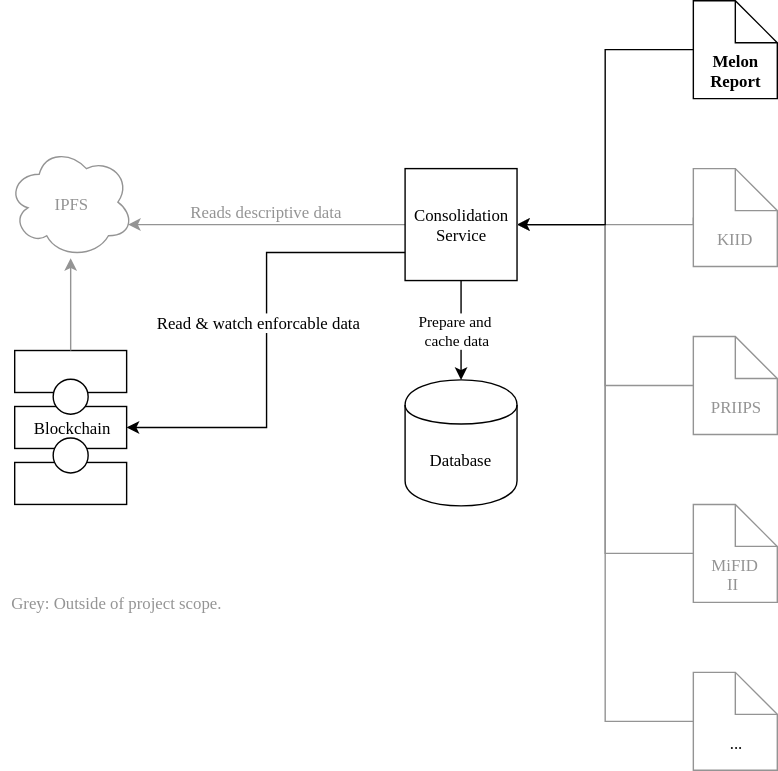
Earlier version of the draw.io export docs/assets/DataConsolidation.svg (schmidsi/melon-reporting). Source tidied: cells renumbered, new cells last; positions are measured from the earlier drawing's top-left corner, leaving out a move shared by most shapes.
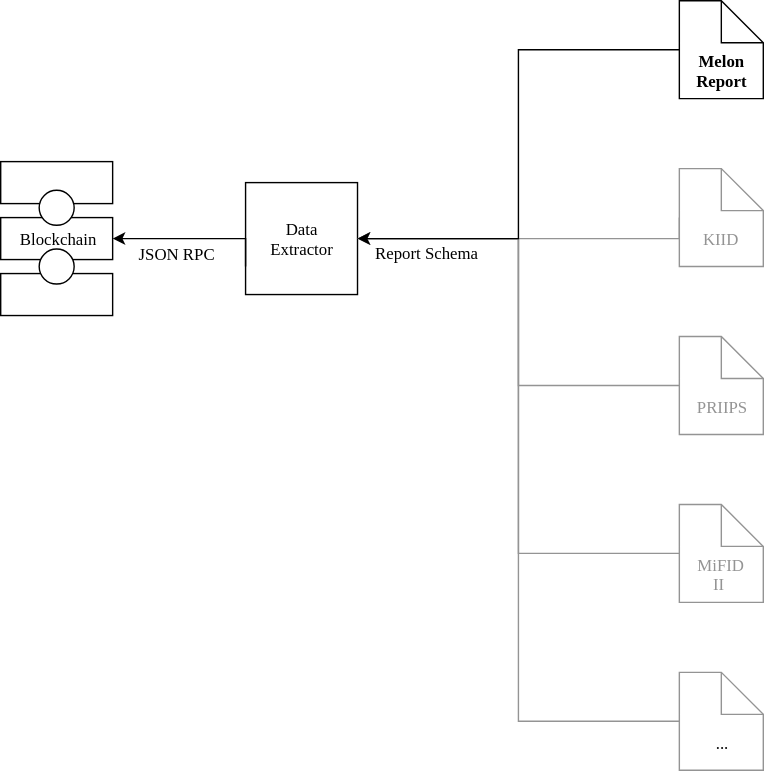
Later version of the same file.

Commit message:
Moved data consolidation to Data Extraction. Finishes #99

The edit, as a diff of the source:
```diff
@@ -2,138 +2,113 @@
   <root>
     <mxCell id="0" />
     <mxCell id="1" parent="0" />
-    <mxCell id="2" style="edgeStyle=orthogonalEdgeStyle;rounded=0;html=1;entryX=0;entryY=0.5;startArrow=classic;startFill=1;jettySize=auto;fontFamily=Source Serif Pro;endArrow=none;endFill=0;exitX=0.96;exitY=0.7;exitPerimeter=0;strokeColor=#949494;" parent="1" edge="1" source="4" target="11">
-      <mxGeometry relative="1" as="geometry">
-        <Array as="points">
-          <mxPoint x="91" y="160" />
-        </Array>
-      </mxGeometry>
-    </mxCell>
-    <mxCell id="3" value="Reads descriptive data" style="text;html=1;align=center;verticalAlign=middle;labelBackgroundColor=#ffffff;fontFamily=Source Serif Pro;fontColor=#949494;" parent="2" vertex="1">
-      <mxGeometry x="0.23" y="-2" relative="1" as="geometry">
-        <mxPoint x="-18" y="-12" as="offset" />
-      </mxGeometry>
-    </mxCell>
+    <mxCell id="7" style="group;" parent="1" vertex="1">
+      <mxGeometry x="185" y="130" width="80" height="80" as="geometry" />
+    </mxCell>
+    <mxCell id="43" style="group;" parent="7" vertex="1">
+      <mxGeometry width="80" height="80" as="geometry" />
+    </mxCell>
+    <mxCell id="11" value="&lt;div style=&quot;text-align: center&quot;&gt;&lt;/div&gt;" style="rounded=0;whiteSpace=wrap;html=1;fontFamily=Source Serif Pro;align=left;" parent="43" vertex="1">
+      <mxGeometry width="80" height="80" as="geometry" />
+    </mxCell>
-    <mxCell id="4" value="&lt;div style=&quot;text-align: center&quot;&gt;&lt;br&gt;&lt;/div&gt;&lt;div style=&quot;text-align: center&quot;&gt;&lt;/div&gt;" style="ellipse;shape=cloud;whiteSpace=wrap;html=1;fontFamily=Source Serif Pro;align=left;strokeColor=#949494;" parent="1" vertex="1">
-      <mxGeometry x="5" y="104" width="90" height="80" as="geometry" />
+    <mxCell id="4" value="Data Extractor" style="text;html=1;strokeColor=none;fillColor=none;align=center;verticalAlign=middle;whiteSpace=wrap;rounded=0;fontFamily=Source Serif Pro;" parent="43" vertex="1">
+      <mxGeometry x="20" y="30" width="40" height="20" as="geometry" />
     </mxCell>
-    <mxCell id="5" value="IPFS" style="text;html=1;strokeColor=none;fillColor=none;align=center;verticalAlign=middle;whiteSpace=wrap;rounded=0;fontFamily=Source Serif Pro;fontColor=#949494;" parent="1" vertex="1">
-      <mxGeometry x="30" y="135" width="40" height="20" as="geometry" />
-    </mxCell>
-    <mxCell id="6" style="group;" parent="1" vertex="1">
-      <mxGeometry x="289" y="271" width="80" height="90" as="geometry" />
-    </mxCell>
-    <mxCell id="7" style="shape=cylinder;whiteSpace=wrap;html=1;boundedLbl=1;fontFamily=Source Serif Pro;align=left;" parent="6" vertex="1">
-      <mxGeometry width="80" height="90" as="geometry" />
-    </mxCell>
-    <mxCell id="8" value="Database" style="text;html=1;strokeColor=none;fillColor=none;align=center;verticalAlign=middle;whiteSpace=wrap;rounded=0;fontFamily=Source Serif Pro;" parent="6" vertex="1">
-      <mxGeometry x="20" y="47" width="40" height="20" as="geometry" />
-    </mxCell>
-    <mxCell id="9" style="group;" parent="1" vertex="1">
-      <mxGeometry x="289" y="120" width="80" height="80" as="geometry" />
-    </mxCell>
-    <mxCell id="10" style="group;" parent="9" vertex="1">
-      <mxGeometry width="80" height="80" as="geometry" />
-    </mxCell>
-    <mxCell id="11" value="&lt;div style=&quot;text-align: center&quot;&gt;&lt;/div&gt;" style="rounded=0;whiteSpace=wrap;html=1;fontFamily=Source Serif Pro;align=left;" parent="10" vertex="1">
-      <mxGeometry width="80" height="80" as="geometry" />
-    </mxCell>
-    <mxCell id="12" value="Consolidation Service" style="text;html=1;strokeColor=none;fillColor=none;align=center;verticalAlign=middle;whiteSpace=wrap;rounded=0;fontFamily=Source Serif Pro;" parent="10" vertex="1">
-      <mxGeometry x="20" y="30" width="40" height="20" as="geometry" />
-    </mxCell>
-    <mxCell id="13" style="edgeStyle=orthogonalEdgeStyle;rounded=0;html=1;exitX=0;exitY=0.75;entryX=1;entryY=0.5;startArrow=none;startFill=0;endArrow=classic;endFill=1;jettySize=auto;fontFamily=Source Serif Pro;" parent="1" edge="1" source="11" target="17">
-      <mxGeometry relative="1" as="geometry" />
-    </mxCell>
-    <mxCell id="14" value="Read &amp;amp; watch enforcable data" style="text;html=1;align=center;verticalAlign=middle;labelBackgroundColor=#ffffff;fontFamily=Source Serif Pro;" parent="13" vertex="1">
-      <mxGeometry x="-0.09" y="1" relative="1" as="geometry" />
-    </mxCell>
-    <mxCell id="15" style="group;" parent="1" vertex="1">
-      <mxGeometry x="10" y="250" width="80" height="110" as="geometry" />
-    </mxCell>
-    <mxCell id="16" style="rounded=0;whiteSpace=wrap;html=1;fontFamily=Source Serif Pro;align=left;" parent="15" vertex="1">
-      <mxGeometry width="80" height="30" as="geometry" />
+    <mxCell id="16" style="edgeStyle=orthogonalEdgeStyle;rounded=0;html=1;exitX=0;exitY=0.75;entryX=1;entryY=0.5;startArrow=none;startFill=0;endArrow=classic;endFill=1;jettySize=auto;fontFamily=Source Serif Pro;" parent="1" edge="1" source="11" target="20">
+      <mxGeometry relative="1" as="geometry">
+        <Array as="points">
+          <mxPoint x="185" y="170" />
+        </Array>
+      </mxGeometry>
     </mxCell>
-    <mxCell id="17" style="rounded=0;whiteSpace=wrap;html=1;fontFamily=Source Serif Pro;align=left;" parent="15" vertex="1">
-      <mxGeometry y="40" width="80" height="30" as="geometry" />
+    <mxCell id="17" value="JSON RPC" style="text;html=1;points=[];align=center;verticalAlign=middle;labelBackgroundColor=#ffffff;fontFamily=Source Serif Pro;" parent="16" vertex="1">
+      <mxGeometry x="-0.09" y="1" relative="1" as="geometry">
+        <mxPoint x="-17" y="9" as="offset" />
+      </mxGeometry>
     </mxCell>
-    <mxCell id="18" style="rounded=0;whiteSpace=wrap;html=1;fontFamily=Source Serif Pro;align=left;" parent="15" vertex="1">
-      <mxGeometry y="80" width="80" height="30" as="geometry" />
+    <mxCell id="18" style="group;" parent="1" vertex="1">
+      <mxGeometry x="10" y="115" width="80" height="110" as="geometry" />
     </mxCell>
-    <mxCell id="19" style="ellipse;whiteSpace=wrap;html=1;fontFamily=Source Serif Pro;align=left;" parent="15" vertex="1">
-      <mxGeometry x="27.5" y="20" width="25" height="25" as="geometry" />
+    <mxCell id="19" style="rounded=0;whiteSpace=wrap;html=1;fontFamily=Source Serif Pro;align=left;" parent="18" vertex="1">
+      <mxGeometry width="80" height="30" as="geometry" />
     </mxCell>
-    <mxCell id="20" style="ellipse;whiteSpace=wrap;html=1;fontFamily=Source Serif Pro;align=left;" parent="15" vertex="1">
-      <mxGeometry x="27.5" y="62.5" width="25" height="25" as="geometry" />
+    <mxCell id="20" style="rounded=0;whiteSpace=wrap;html=1;fontFamily=Source Serif Pro;align=left;" parent="18" vertex="1">
+      <mxGeometry y="40" width="80" height="30" as="geometry" />
     </mxCell>
+    <mxCell id="44" style="rounded=0;whiteSpace=wrap;html=1;fontFamily=Source Serif Pro;align=left;" parent="18" vertex="1">
+      <mxGeometry y="80" width="80" height="30" as="geometry" />
+    </mxCell>
+    <mxCell id="24" style="ellipse;whiteSpace=wrap;html=1;fontFamily=Source Serif Pro;align=left;" parent="18" vertex="1">
+      <mxGeometry x="27.5" y="20" width="25" height="25" as="geometry" />
+    </mxCell>
+    <mxCell id="45" style="ellipse;whiteSpace=wrap;html=1;fontFamily=Source Serif Pro;align=left;" parent="18" vertex="1">
+      <mxGeometry x="27.5" y="62.5" width="25" height="25" as="geometry" />
+    </mxCell>
+    <mxCell id="46" value="Blockchain" style="text;html=1;strokeColor=none;fillColor=none;align=center;verticalAlign=middle;whiteSpace=wrap;rounded=0;fontFamily=Source Serif Pro;" parent="18" vertex="1">
+      <mxGeometry x="20" y="45" width="40" height="20" as="geometry" />
+    </mxCell>
+    <mxCell id="5" style="group;" parent="1" vertex="1">
+      <mxGeometry x="495" width="60" height="70" as="geometry" />
+    </mxCell>
-    <mxCell id="21" value="Blockchain" style="text;html=1;strokeColor=none;fillColor=none;align=center;verticalAlign=middle;whiteSpace=wrap;rounded=0;fontFamily=Source Serif Pro;" parent="15" vertex="1">
-      <mxGeometry x="20" y="45" width="40" height="20" as="geometry" />
+    <mxCell id="21" style="shape=note;whiteSpace=wrap;html=1;fontFamily=Source Serif Pro;align=left;" parent="5" vertex="1">
+      <mxGeometry width="60" height="70" as="geometry" />
     </mxCell>
+    <mxCell id="12" value="&lt;b&gt;Melon Report&lt;/b&gt;" style="text;html=1;strokeColor=none;fillColor=none;align=center;verticalAlign=middle;whiteSpace=wrap;rounded=0;fontFamily=Source Serif Pro;" parent="5" vertex="1">
+      <mxGeometry x="10" y="40" width="40" height="20" as="geometry" />
+    </mxCell>
+    <mxCell id="26" style="group;textOpacity=90;fontColor=#949494;" parent="1" vertex="1">
+      <mxGeometry x="495" y="240" width="60" height="70" as="geometry" />
+    </mxCell>
+    <mxCell id="8" style="shape=note;whiteSpace=wrap;html=1;fontFamily=Source Serif Pro;align=left;strokeColor=#949494;fontColor=#949494;" parent="26" vertex="1">
+      <mxGeometry width="60" height="70" as="geometry" />
+    </mxCell>
+    <mxCell id="10" value="PRIIPS" style="text;html=1;strokeColor=none;fillColor=none;align=center;verticalAlign=middle;whiteSpace=wrap;rounded=0;fontFamily=Source Serif Pro;fontColor=#949494;" parent="26" vertex="1">
+      <mxGeometry x="10" y="40" width="40" height="20" as="geometry" />
+    </mxCell>
+    <mxCell id="29" style="group;textOpacity=90;" parent="1" vertex="1">
+      <mxGeometry x="495" y="360" width="60" height="70" as="geometry" />
+    </mxCell>
+    <mxCell id="6" style="shape=note;whiteSpace=wrap;html=1;fontFamily=Source Serif Pro;align=left;fontColor=#949494;strokeColor=#949494;" parent="29" vertex="1">
+      <mxGeometry width="60" height="70" as="geometry" />
+    </mxCell>
+    <mxCell id="9" value="MiFID II&amp;nbsp;" style="text;html=1;strokeColor=none;fillColor=none;align=center;verticalAlign=middle;whiteSpace=wrap;rounded=0;fontFamily=Source Serif Pro;fontColor=#949494;" parent="29" vertex="1">
+      <mxGeometry x="10" y="40" width="40" height="20" as="geometry" />
+    </mxCell>
+    <mxCell id="47" style="edgeStyle=orthogonalEdgeStyle;rounded=0;html=1;exitX=0;exitY=0.5;entryX=1;entryY=0.5;startArrow=none;startFill=0;endArrow=classic;endFill=1;jettySize=auto;fontFamily=Source Serif Pro;textOpacity=90;strokeColor=#949494;" parent="1" edge="1" source="22" target="11">
+      <mxGeometry relative="1" as="geometry">
+        <Array as="points">
+          <mxPoint x="495" y="170" />
+        </Array>
+      </mxGeometry>
+    </mxCell>
+    <mxCell id="48" style="edgeStyle=orthogonalEdgeStyle;rounded=0;html=1;exitX=0;exitY=0.5;entryX=1;entryY=0.5;startArrow=none;startFill=0;endArrow=classic;endFill=1;jettySize=auto;fontFamily=Source Serif Pro;textOpacity=90;strokeColor=#949494;" parent="1" edge="1" source="8" target="11">
+      <mxGeometry relative="1" as="geometry" />
+    </mxCell>
+    <mxCell id="2" style="edgeStyle=orthogonalEdgeStyle;rounded=0;html=1;exitX=0;exitY=0.5;entryX=1;entryY=0.5;startArrow=none;startFill=0;endArrow=classic;endFill=1;jettySize=auto;fontFamily=Source Serif Pro;textOpacity=90;strokeColor=#949494;" parent="1" edge="1" source="6" target="11">
+      <mxGeometry relative="1" as="geometry" />
+    </mxCell>
+    <mxCell id="3" style="edgeStyle=orthogonalEdgeStyle;rounded=0;html=1;exitX=0;exitY=0.5;entryX=1;entryY=0.5;startArrow=none;startFill=0;endArrow=classic;endFill=1;jettySize=auto;fontFamily=Source Serif Pro;textOpacity=90;strokeColor=#949494;" parent="1" edge="1" source="13" target="11">
+      <mxGeometry relative="1" as="geometry" />
+    </mxCell>
+    <mxCell id="13" style="shape=note;whiteSpace=wrap;html=1;fontFamily=Source Serif Pro;align=left;strokeColor=#949494;" parent="1" vertex="1">
+      <mxGeometry x="495" y="480" width="60" height="70" as="geometry" />
+    </mxCell>
+    <mxCell id="15" value="..." style="text;html=1;strokeColor=none;fillColor=none;align=center;verticalAlign=middle;whiteSpace=wrap;rounded=0;fontFamily=Source Serif Pro;" parent="1" vertex="1">
+      <mxGeometry x="505" y="520" width="40" height="20" as="geometry" />
+    </mxCell>
+    <mxCell id="14" style="edgeStyle=orthogonalEdgeStyle;rounded=0;html=1;exitX=0;exitY=0.5;entryX=1;entryY=0.5;startArrow=none;startFill=0;endArrow=classic;endFill=1;jettySize=auto;fontFamily=Source Serif Pro;" parent="1" edge="1" source="21" target="11">
+      <mxGeometry relative="1" as="geometry" />
+    </mxCell>
-    <mxCell id="22" value="Prepare and&lt;br&gt;&amp;nbsp;cache data" style="edgeStyle=orthogonalEdgeStyle;rounded=0;html=1;exitX=0.5;exitY=1;startArrow=none;startFill=0;endArrow=classic;endFill=1;jettySize=auto;fontFamily=Source Serif Pro;" parent="1" edge="1" source="11" target="7">
-      <mxGeometry relative="1" as="geometry" />
+    <mxCell id="22" style="shape=note;whiteSpace=wrap;html=1;fontFamily=Source Serif Pro;align=left;strokeColor=#949494;fontColor=#949494;" parent="1" vertex="1">
+      <mxGeometry x="495" y="120" width="60" height="70" as="geometry" />
     </mxCell>
+    <mxCell id="25" value="KIID" style="text;html=1;strokeColor=none;fillColor=none;align=center;verticalAlign=middle;whiteSpace=wrap;rounded=0;fontFamily=Source Serif Pro;fontColor=#949494;" parent="1" vertex="1">
+      <mxGeometry x="505" y="160" width="40" height="20" as="geometry" />
+    </mxCell>
-    <mxCell id="23" style="group;" parent="1" vertex="1">
-      <mxGeometry x="495" width="60" height="70" as="geometry" />
+    <mxCell id="23" value="Report Schema" style="text;html=1;align=center;verticalAlign=middle;labelBackgroundColor=#ffffff;fontFamily=Source Serif Pro;" parent="1" vertex="1">
+      <mxGeometry x="335" y="170" as="geometry">
+        <mxPoint x="-17" y="9" as="offset" />
+      </mxGeometry>
     </mxCell>
-    <mxCell id="24" style="shape=note;whiteSpace=wrap;html=1;fontFamily=Source Serif Pro;align=left;" parent="23" vertex="1">
-      <mxGeometry width="60" height="70" as="geometry" />
-    </mxCell>
-    <mxCell id="25" value="&lt;b&gt;Melon Report&lt;/b&gt;" style="text;html=1;strokeColor=none;fillColor=none;align=center;verticalAlign=middle;whiteSpace=wrap;rounded=0;fontFamily=Source Serif Pro;" parent="23" vertex="1">
-      <mxGeometry x="10" y="40" width="40" height="20" as="geometry" />
-    </mxCell>
-    <mxCell id="26" style="group;textOpacity=90;fontColor=#949494;" parent="1" vertex="1">
-      <mxGeometry x="495" y="240" width="60" height="70" as="geometry" />
-    </mxCell>
-    <mxCell id="27" style="shape=note;whiteSpace=wrap;html=1;fontFamily=Source Serif Pro;align=left;strokeColor=#949494;fontColor=#949494;" parent="26" vertex="1">
-      <mxGeometry width="60" height="70" as="geometry" />
-    </mxCell>
-    <mxCell id="28" value="PRIIPS" style="text;html=1;strokeColor=none;fillColor=none;align=center;verticalAlign=middle;whiteSpace=wrap;rounded=0;fontFamily=Source Serif Pro;fontColor=#949494;" parent="26" vertex="1">
-      <mxGeometry x="10" y="40" width="40" height="20" as="geometry" />
-    </mxCell>
-    <mxCell id="29" style="group;textOpacity=90;" parent="1" vertex="1">
-      <mxGeometry x="495" y="360" width="60" height="70" as="geometry" />
-    </mxCell>
-    <mxCell id="30" style="shape=note;whiteSpace=wrap;html=1;fontFamily=Source Serif Pro;align=left;fontColor=#949494;strokeColor=#949494;" parent="29" vertex="1">
-      <mxGeometry width="60" height="70" as="geometry" />
-    </mxCell>
-    <mxCell id="31" value="MiFID II&amp;nbsp;" style="text;html=1;strokeColor=none;fillColor=none;align=center;verticalAlign=middle;whiteSpace=wrap;rounded=0;fontFamily=Source Serif Pro;fontColor=#949494;" parent="29" vertex="1">
-      <mxGeometry x="10" y="40" width="40" height="20" as="geometry" />
-    </mxCell>
-    <mxCell id="32" style="edgeStyle=orthogonalEdgeStyle;rounded=0;html=1;exitX=0;exitY=0.5;entryX=1;entryY=0.5;startArrow=none;startFill=0;endArrow=classic;endFill=1;jettySize=auto;fontFamily=Source Serif Pro;textOpacity=90;strokeColor=#949494;" parent="1" edge="1" source="40" target="11">
-      <mxGeometry relative="1" as="geometry">
-        <Array as="points">
-          <mxPoint x="495" y="160" />
-        </Array>
-      </mxGeometry>
-    </mxCell>
-    <mxCell id="33" style="edgeStyle=orthogonalEdgeStyle;rounded=0;html=1;exitX=0;exitY=0.5;entryX=1;entryY=0.5;startArrow=none;startFill=0;endArrow=classic;endFill=1;jettySize=auto;fontFamily=Source Serif Pro;textOpacity=90;strokeColor=#949494;" parent="1" edge="1" source="27" target="11">
-      <mxGeometry relative="1" as="geometry" />
-    </mxCell>
-    <mxCell id="34" style="edgeStyle=orthogonalEdgeStyle;rounded=0;html=1;exitX=0;exitY=0.5;entryX=1;entryY=0.5;startArrow=none;startFill=0;endArrow=classic;endFill=1;jettySize=auto;fontFamily=Source Serif Pro;textOpacity=90;strokeColor=#949494;" parent="1" edge="1" source="30" target="11">
-      <mxGeometry relative="1" as="geometry" />
-    </mxCell>
-    <mxCell id="35" style="edgeStyle=orthogonalEdgeStyle;rounded=0;html=1;exitX=0;exitY=0.5;entryX=1;entryY=0.5;startArrow=none;startFill=0;endArrow=classic;endFill=1;jettySize=auto;fontFamily=Source Serif Pro;textOpacity=90;strokeColor=#949494;" parent="1" edge="1" source="37" target="11">
-      <mxGeometry relative="1" as="geometry" />
-    </mxCell>
-    <mxCell id="36" style="edgeStyle=orthogonalEdgeStyle;rounded=0;html=1;exitX=0.5;exitY=0;startArrow=none;startFill=0;endArrow=classic;endFill=1;jettySize=auto;fontFamily=Source Serif Pro;strokeColor=#949494;" parent="1" edge="1" source="16" target="4">
-      <mxGeometry relative="1" as="geometry" />
-    </mxCell>
-    <mxCell id="37" style="shape=note;whiteSpace=wrap;html=1;fontFamily=Source Serif Pro;align=left;strokeColor=#949494;" parent="1" vertex="1">
-      <mxGeometry x="495" y="480" width="60" height="70" as="geometry" />
-    </mxCell>
-    <mxCell id="38" value="..." style="text;html=1;strokeColor=none;fillColor=none;align=center;verticalAlign=middle;whiteSpace=wrap;rounded=0;fontFamily=Source Serif Pro;" parent="1" vertex="1">
-      <mxGeometry x="505" y="520" width="40" height="20" as="geometry" />
-    </mxCell>
-    <mxCell id="39" style="edgeStyle=orthogonalEdgeStyle;rounded=0;html=1;exitX=0;exitY=0.5;entryX=1;entryY=0.5;startArrow=none;startFill=0;endArrow=classic;endFill=1;jettySize=auto;fontFamily=Source Serif Pro;" parent="1" edge="1" source="24" target="11">
-      <mxGeometry relative="1" as="geometry" />
-    </mxCell>
-    <mxCell id="40" style="shape=note;whiteSpace=wrap;html=1;fontFamily=Source Serif Pro;align=left;strokeColor=#949494;fontColor=#949494;" parent="1" vertex="1">
-      <mxGeometry x="495" y="120" width="60" height="70" as="geometry" />
-    </mxCell>
-    <mxCell id="41" value="KIID" style="text;html=1;strokeColor=none;fillColor=none;align=center;verticalAlign=middle;whiteSpace=wrap;rounded=0;fontFamily=Source Serif Pro;fontColor=#949494;" parent="1" vertex="1">
-      <mxGeometry x="505" y="160" width="40" height="20" as="geometry" />
-    </mxCell>
-    <mxCell id="42" value="&lt;div style=&quot;text-align: left&quot;&gt;&lt;span&gt;Grey: Outside of project scope.&lt;/span&gt;&lt;/div&gt;" style="text;html=1;align=center;verticalAlign=middle;fillColor=none;strokeColor=none;rounded=0;fontFamily=Source Serif Pro;fontColor=#949494;" parent="1" vertex="1">
-      <mxGeometry y="420" width="180" height="20" as="geometry" />
-    </mxCell>
   </root>
 </mxGraphModel>
```
